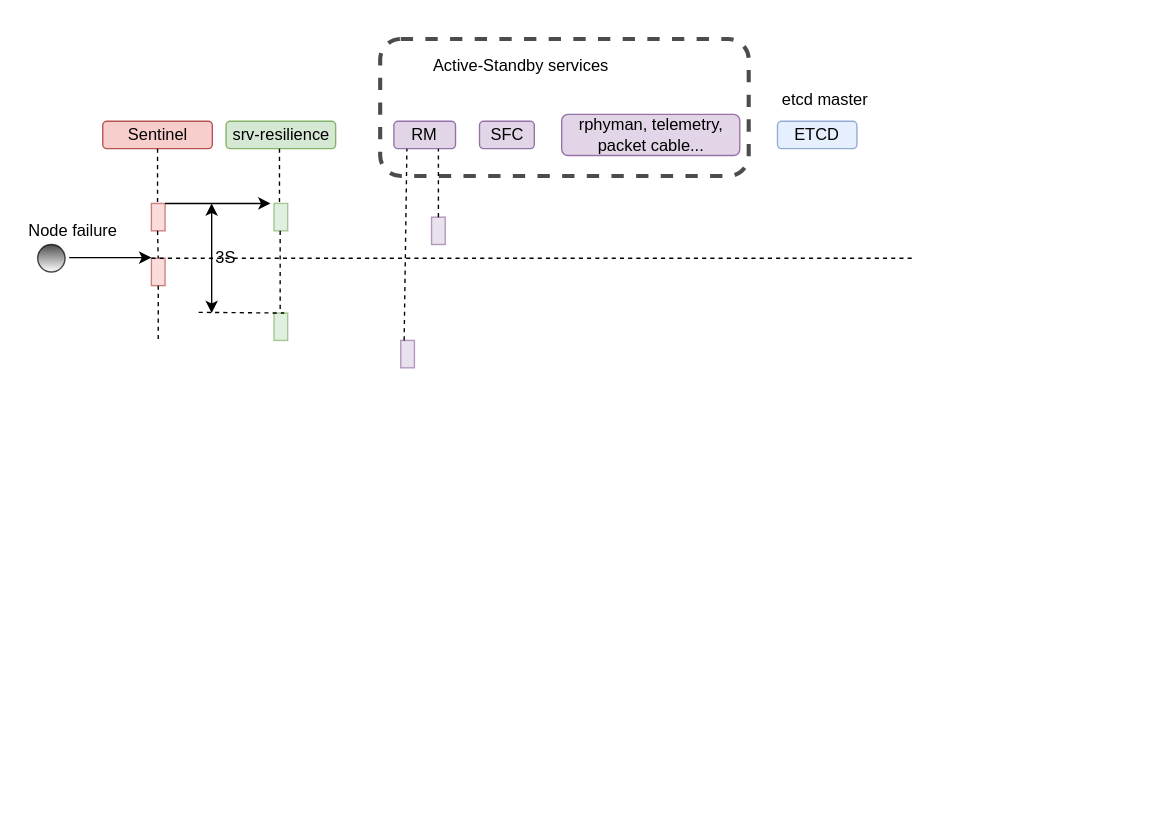
zhangwm1987/mydraw_io keeps this draw.io diagram as Untitled Diagram.drawio. Above is the earlier version. Source tidied: cells renumbered, new cells numbered last; positions are measured from the earlier drawing's top-left corner, leaving out a move shared by most shapes. Both pictures are drawn from the tidied source at 137%, with x=0, y=0 at pixel (23, 38).
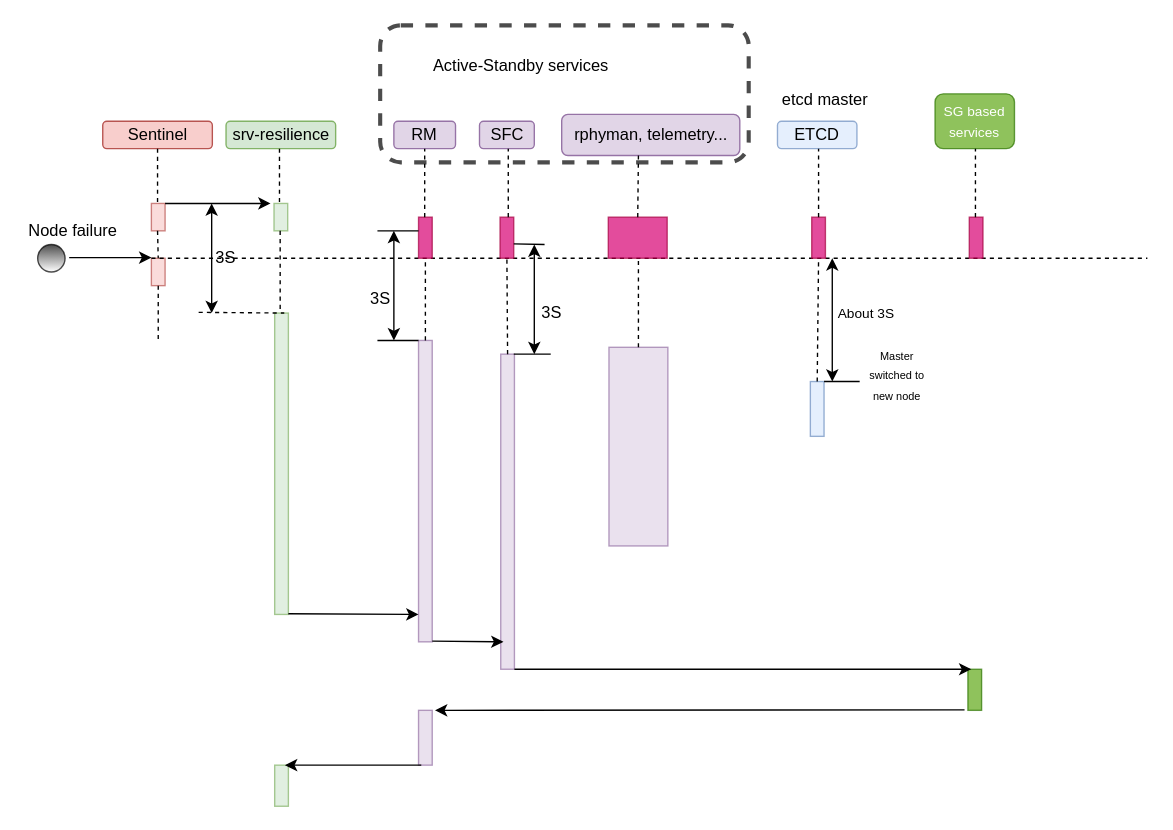
After the change.

The edit, as a diff of the source:
```diff
@@
-    <mxCell id="6" value="rphyman, telemetry, packet cable..." style="rounded=1;whiteSpace=wrap;html=1;fillColor=#e1d5e7;strokeColor=#9673a6;" parent="1" vertex="1">
+    <mxCell id="6" value="rphyman, telemetry..." style="rounded=1;whiteSpace=wrap;html=1;fillColor=#e1d5e7;strokeColor=#9673a6;" parent="1" vertex="1">
       <mxGeometry x="392.5" y="55" width="130" height="30" as="geometry" />
     </mxCell>
     <mxCell id="7" style="rounded=1;whiteSpace=wrap;html=1;shadow=0;glass=0;dashed=1;comic=0;strokeWidth=3;opacity=70;fillColor=none;gradientColor=#ffffff;" parent="1" vertex="1">
-      <mxGeometry x="260" width="269" height="100" as="geometry" />
+      <mxGeometry x="260" y="-10" width="269" height="100" as="geometry" />
     </mxCell>
@@
     <mxCell id="15" style="rounded=0;whiteSpace=wrap;html=1;shadow=0;glass=0;comic=0;strokeWidth=1;fillColor=#d5e8d4;opacity=70;strokeColor=#82b366;" parent="1" vertex="1">
-      <mxGeometry x="182.5" y="200" width="10" height="20" as="geometry" />
+      <mxGeometry x="183" y="200" width="10" height="220" as="geometry" />
     </mxCell>
@@
-    <mxCell id="25" style="rounded=0;whiteSpace=wrap;html=1;shadow=0;glass=0;comic=0;strokeWidth=1;fillColor=#e1d5e7;opacity=70;strokeColor=#9673a6;" parent="1" vertex="1">
-      <mxGeometry x="275" y="220" width="10" height="20" as="geometry" />
-    </mxCell>
@@
     <mxCell id="28" style="endArrow=none;dashed=1;html=1;strokeColor=#000000;" parent="1" edge="1">
       <mxGeometry relative="1" as="geometry">
         <mxPoint x="93" y="160" as="sourcePoint" />
-        <mxPoint x="650" y="160" as="targetPoint" />
+        <mxPoint x="820" y="160" as="targetPoint" />
       </mxGeometry>
     </mxCell>
-    <mxCell id="29" style="rounded=0;whiteSpace=wrap;html=1;shadow=0;glass=0;comic=0;strokeWidth=1;fillColor=#e1d5e7;opacity=70;strokeColor=#9673a6;" parent="1" vertex="1">
-      <mxGeometry x="297.5" y="130" width="10" height="20" as="geometry" />
+    <mxCell id="29" style="rounded=0;whiteSpace=wrap;html=1;shadow=0;glass=0;comic=0;strokeWidth=1;fillColor=#d80073;opacity=70;strokeColor=#A50040;fontColor=#ffffff;" parent="1" vertex="1">
+      <mxGeometry x="288" y="130" width="10" height="30" as="geometry" />
     </mxCell>
-    <mxCell id="30" style="endArrow=none;dashed=1;html=1;strokeColor=#000000;exitX=0.5;exitY=0;exitDx=0;exitDy=0;" parent="1" edge="1" source="29">
-      <mxGeometry relative="1" as="geometry">
-        <mxPoint x="302.5" y="80" as="targetPoint" />
-      </mxGeometry>
-    </mxCell>
-    <mxCell id="31" style="endArrow=none;dashed=1;html=1;strokeColor=#000000;exitX=0.25;exitY=0;exitDx=0;exitDy=0;" parent="1" edge="1" source="25">
-      <mxGeometry relative="1" as="geometry">
-        <mxPoint x="279.5" y="80" as="targetPoint" />
-      </mxGeometry>
-    </mxCell>
+    <mxCell id="32" style="rounded=0;whiteSpace=wrap;html=1;shadow=0;glass=0;comic=0;strokeWidth=1;fillColor=#e1d5e7;opacity=70;strokeColor=#9673a6;" parent="1" vertex="1">
+      <mxGeometry x="288" y="220" width="10" height="220" as="geometry" />
+    </mxCell>
+    <mxCell id="33" style="endArrow=none;html=1;strokeColor=#000000;" parent="1" edge="1">
+      <mxGeometry relative="1" as="geometry">
+        <mxPoint x="258" y="140" as="sourcePoint" />
+        <mxPoint x="288" y="140" as="targetPoint" />
+      </mxGeometry>
+    </mxCell>
+    <mxCell id="34" style="endArrow=none;html=1;strokeColor=#000000;" parent="1" edge="1">
+      <mxGeometry relative="1" as="geometry">
+        <mxPoint x="258" y="220" as="sourcePoint" />
+        <mxPoint x="288" y="220" as="targetPoint" />
+      </mxGeometry>
+    </mxCell>
+    <mxCell id="35" style="endArrow=classic;startArrow=classic;html=1;" parent="1" edge="1">
+      <mxGeometry relative="1" as="geometry">
+        <mxPoint x="270" y="220" as="sourcePoint" />
+        <mxPoint x="270" y="140" as="targetPoint" />
+      </mxGeometry>
+    </mxCell>
+    <mxCell id="36" value="3S" style="text;html=1;strokeColor=none;fillColor=none;align=center;verticalAlign=middle;whiteSpace=wrap;rounded=0;shadow=0;glass=0;comic=0;opacity=70;" parent="1" vertex="1">
+      <mxGeometry x="247.5" y="180" width="25" height="20" as="geometry" />
+    </mxCell>
+    <mxCell id="37" style="endArrow=none;dashed=1;html=1;strokeColor=#000000;" parent="1" edge="1">
+      <mxGeometry relative="1" as="geometry">
+        <mxPoint x="292.5" y="130" as="sourcePoint" />
+        <mxPoint x="292.5" y="80" as="targetPoint" />
+      </mxGeometry>
+    </mxCell>
+    <mxCell id="38" style="endArrow=none;dashed=1;html=1;strokeColor=#000000;exitX=0.5;exitY=0;exitDx=0;exitDy=0;" parent="1" edge="1" source="32">
+      <mxGeometry relative="1" as="geometry">
+        <mxPoint x="293" y="160" as="targetPoint" />
+      </mxGeometry>
+    </mxCell>
+    <mxCell id="39" style="rounded=0;whiteSpace=wrap;html=1;shadow=0;glass=0;comic=0;strokeWidth=1;fillColor=#d80073;opacity=70;strokeColor=#A50040;fontColor=#ffffff;" parent="1" vertex="1">
+      <mxGeometry x="575" y="130" width="10" height="30" as="geometry" />
+    </mxCell>
+    <mxCell id="40" style="rounded=0;whiteSpace=wrap;html=1;shadow=0;glass=0;comic=0;strokeWidth=1;fillColor=#dae8fc;opacity=70;strokeColor=#6c8ebf;" parent="1" vertex="1">
+      <mxGeometry x="574" y="250" width="10" height="40" as="geometry" />
+    </mxCell>
+    <mxCell id="41" style="rounded=0;whiteSpace=wrap;html=1;shadow=0;glass=0;comic=0;strokeWidth=1;fillColor=#d80073;opacity=70;strokeColor=#A50040;fontColor=#ffffff;" parent="1" vertex="1">
+      <mxGeometry x="347.5" y="130" width="10" height="30" as="geometry" />
+    </mxCell>
+    <mxCell id="42" style="endArrow=none;html=1;strokeColor=#000000;" parent="1" edge="1">
+      <mxGeometry relative="1" as="geometry">
+        <mxPoint x="357.5" y="149.5" as="sourcePoint" />
+        <mxPoint x="380" y="150" as="targetPoint" />
+      </mxGeometry>
+    </mxCell>
+    <mxCell id="43" style="endArrow=classic;startArrow=classic;html=1;" parent="1" edge="1">
+      <mxGeometry relative="1" as="geometry">
+        <mxPoint x="372.5" y="230" as="sourcePoint" />
+        <mxPoint x="372.5" y="150" as="targetPoint" />
+      </mxGeometry>
+    </mxCell>
+    <mxCell id="44" style="rounded=0;whiteSpace=wrap;html=1;shadow=0;glass=0;comic=0;strokeWidth=1;fillColor=#e1d5e7;opacity=70;strokeColor=#9673a6;" parent="1" vertex="1">
+      <mxGeometry x="348" y="230" width="10" height="230" as="geometry" />
+    </mxCell>
+    <mxCell id="45" style="endArrow=none;html=1;strokeColor=#000000;" parent="1" edge="1">
+      <mxGeometry relative="1" as="geometry">
+        <mxPoint x="357.5" y="230" as="sourcePoint" />
+        <mxPoint x="384.5" y="230" as="targetPoint" />
+        <Array as="points">
+          <mxPoint x="357.5" y="230" />
+        </Array>
+      </mxGeometry>
+    </mxCell>
+    <mxCell id="46" value="3S" style="text;html=1;strokeColor=none;fillColor=none;align=center;verticalAlign=middle;whiteSpace=wrap;rounded=0;shadow=0;glass=0;comic=0;opacity=70;" parent="1" vertex="1">
+      <mxGeometry x="372.5" y="190" width="25" height="20" as="geometry" />
+    </mxCell>
+    <mxCell id="47" style="endArrow=none;dashed=1;html=1;strokeColor=#000000;exitX=0.5;exitY=0;exitDx=0;exitDy=0;" parent="1" edge="1" source="40">
+      <mxGeometry relative="1" as="geometry">
+        <mxPoint x="580" y="160" as="targetPoint" />
+      </mxGeometry>
+    </mxCell>
+    <mxCell id="48" style="endArrow=none;dashed=1;html=1;strokeColor=#000000;" parent="1" edge="1">
+      <mxGeometry relative="1" as="geometry">
+        <mxPoint x="353.5" y="130" as="sourcePoint" />
+        <mxPoint x="353.5" y="80" as="targetPoint" />
+      </mxGeometry>
+    </mxCell>
+    <mxCell id="49" style="endArrow=none;dashed=1;html=1;strokeColor=#000000;exitX=0.5;exitY=0;exitDx=0;exitDy=0;" parent="1" edge="1" source="44">
+      <mxGeometry relative="1" as="geometry">
+        <mxPoint x="352.5" y="160" as="targetPoint" />
+      </mxGeometry>
+    </mxCell>
+    <mxCell id="50" style="endArrow=classic;startArrow=classic;html=1;" parent="1" edge="1">
+      <mxGeometry relative="1" as="geometry">
+        <mxPoint x="590" y="250" as="sourcePoint" />
+        <mxPoint x="590" y="160" as="targetPoint" />
+      </mxGeometry>
+    </mxCell>
+    <mxCell id="51" value="&lt;font style=&quot;font-size: 10px&quot;&gt;About 3S&lt;/font&gt;" style="text;html=1;strokeColor=none;fillColor=none;align=center;verticalAlign=middle;whiteSpace=wrap;rounded=0;shadow=0;glass=0;comic=0;opacity=70;" parent="1" vertex="1">
+      <mxGeometry x="590" y="190" width="50" height="20" as="geometry" />
+    </mxCell>
+    <mxCell id="52" style="endArrow=none;html=1;strokeColor=#000000;" parent="1" edge="1">
+      <mxGeometry relative="1" as="geometry">
+        <mxPoint x="584" y="250" as="sourcePoint" />
+        <mxPoint x="610" y="250" as="targetPoint" />
+        <Array as="points">
+          <mxPoint x="584" y="250" />
+        </Array>
+      </mxGeometry>
+    </mxCell>
+    <mxCell id="53" style="endArrow=none;dashed=1;html=1;strokeColor=#000000;" parent="1" edge="1">
+      <mxGeometry relative="1" as="geometry">
+        <mxPoint x="580" y="130" as="sourcePoint" />
+        <mxPoint x="580" y="80" as="targetPoint" />
+      </mxGeometry>
+    </mxCell>
+    <mxCell id="54" value="&lt;font style=&quot;font-size: 8px&quot;&gt;Master switched to new node&lt;/font&gt;" style="text;html=1;strokeColor=none;fillColor=none;align=center;verticalAlign=middle;whiteSpace=wrap;rounded=0;shadow=0;glass=0;comic=0;opacity=70;" parent="1" vertex="1">
+      <mxGeometry x="610" y="240" width="55" height="10" as="geometry" />
+    </mxCell>
+    <mxCell id="55" style="rounded=0;whiteSpace=wrap;html=1;shadow=0;glass=0;comic=0;strokeWidth=1;fillColor=#d80073;opacity=70;strokeColor=#A50040;fontColor=#ffffff;" parent="1" vertex="1">
+      <mxGeometry x="426.5" y="130" width="43" height="30" as="geometry" />
+    </mxCell>
+    <mxCell id="56" style="rounded=0;whiteSpace=wrap;html=1;shadow=0;glass=0;comic=0;strokeWidth=1;fillColor=#e1d5e7;opacity=70;strokeColor=#9673a6;" parent="1" vertex="1">
+      <mxGeometry x="427" y="225" width="43" height="145" as="geometry" />
+    </mxCell>
+    <mxCell id="57" style="endArrow=none;dashed=1;html=1;strokeColor=#000000;" parent="1" edge="1">
+      <mxGeometry relative="1" as="geometry">
+        <mxPoint x="448" y="130" as="sourcePoint" />
+        <mxPoint x="448.5" y="85" as="targetPoint" />
+      </mxGeometry>
+    </mxCell>
+    <mxCell id="58" style="endArrow=none;dashed=1;html=1;strokeColor=#000000;exitX=0.5;exitY=0;exitDx=0;exitDy=0;" parent="1" edge="1" source="56">
+      <mxGeometry relative="1" as="geometry">
+        <mxPoint x="448.5" y="160" as="targetPoint" />
+      </mxGeometry>
+    </mxCell>
+    <mxCell id="59" value="&lt;font style=&quot;font-size: 10px&quot;&gt;SG based services&lt;/font&gt;" style="rounded=1;whiteSpace=wrap;html=1;shadow=0;glass=0;comic=0;strokeColor=#2D7600;strokeWidth=1;fillColor=#60a917;opacity=70;fontColor=#ffffff;" parent="1" vertex="1">
+      <mxGeometry x="665" y="40" width="58" height="40" as="geometry" />
+    </mxCell>
+    <mxCell id="60" style="rounded=0;whiteSpace=wrap;html=1;shadow=0;glass=0;comic=0;strokeWidth=1;fillColor=#d80073;opacity=70;strokeColor=#A50040;fontColor=#ffffff;" parent="1" vertex="1">
+      <mxGeometry x="690" y="130" width="10" height="30" as="geometry" />
+    </mxCell>
+    <mxCell id="61" style="endArrow=none;dashed=1;html=1;strokeColor=#000000;" parent="1" edge="1">
+      <mxGeometry relative="1" as="geometry">
+        <mxPoint x="694.5" y="130" as="sourcePoint" />
+        <mxPoint x="694.5" y="80" as="targetPoint" />
+      </mxGeometry>
+    </mxCell>
+    <mxCell id="62" style="endArrow=classic;html=1;strokeColor=#000000;" parent="1" edge="1">
+      <mxGeometry relative="1" as="geometry">
+        <mxPoint x="193" y="419.5" as="sourcePoint" />
+        <mxPoint x="288" y="420" as="targetPoint" />
+      </mxGeometry>
+    </mxCell>
+    <mxCell id="63" style="endArrow=classic;html=1;strokeColor=#000000;" parent="1" edge="1">
+      <mxGeometry relative="1" as="geometry">
+        <mxPoint x="298" y="439.5" as="sourcePoint" />
+        <mxPoint x="350" y="440" as="targetPoint" />
+      </mxGeometry>
+    </mxCell>
+    <mxCell id="64" style="rounded=0;whiteSpace=wrap;html=1;shadow=0;glass=0;comic=0;strokeWidth=1;fillColor=#60a917;opacity=70;strokeColor=#2D7600;fontColor=#ffffff;" parent="1" vertex="1">
+      <mxGeometry x="689" y="460" width="10" height="30" as="geometry" />
+    </mxCell>
+    <mxCell id="65" style="endArrow=classic;html=1;strokeColor=#000000;entryX=0.25;entryY=0;entryDx=0;entryDy=0;" parent="1" edge="1" target="64">
+      <mxGeometry relative="1" as="geometry">
+        <mxPoint x="358" y="460" as="sourcePoint" />
+      </mxGeometry>
+    </mxCell>
+    <mxCell id="66" style="rounded=0;whiteSpace=wrap;html=1;shadow=0;glass=0;comic=0;strokeWidth=1;fillColor=#e1d5e7;opacity=70;strokeColor=#9673a6;" parent="1" vertex="1">
+      <mxGeometry x="288" y="490" width="10" height="40" as="geometry" />
+    </mxCell>
+    <mxCell id="67" style="endArrow=classic;html=1;strokeColor=#000000;exitX=-0.245;exitY=0.987;exitDx=0;exitDy=0;exitPerimeter=0;" parent="1" edge="1" source="64">
+      <mxGeometry relative="1" as="geometry">
+        <mxPoint x="300" y="490" as="targetPoint" />
+      </mxGeometry>
+    </mxCell>
+    <mxCell id="68" style="rounded=0;whiteSpace=wrap;html=1;shadow=0;glass=0;comic=0;strokeWidth=1;fillColor=#d5e8d4;opacity=70;strokeColor=#82b366;" parent="1" vertex="1">
+      <mxGeometry x="183" y="530" width="10" height="30" as="geometry" />
+    </mxCell>
+    <mxCell id="69" style="endArrow=classic;html=1;strokeColor=#000000;entryX=0.75;entryY=0;entryDx=0;entryDy=0;" parent="1" edge="1" target="68">
+      <mxGeometry relative="1" as="geometry">
+        <mxPoint x="290" y="530" as="sourcePoint" />
+      </mxGeometry>
+    </mxCell>
```
